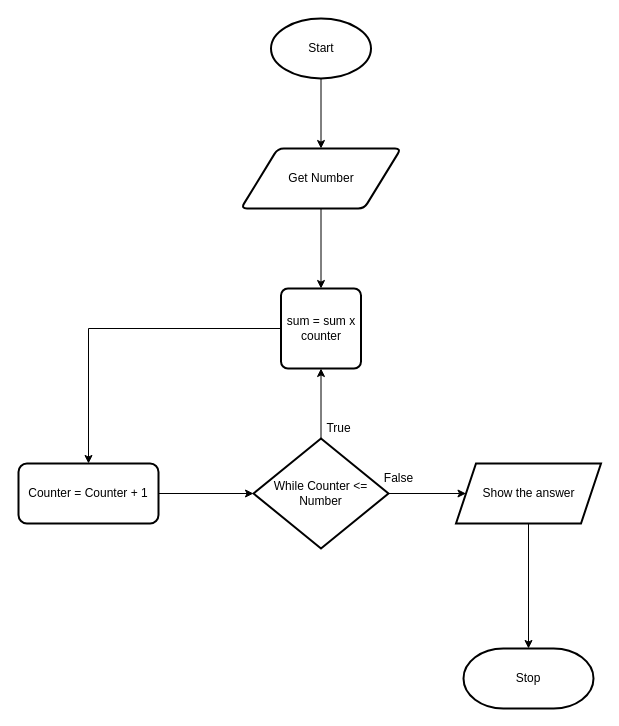
The draw.io diagram flowchart.drawio in Ethan-Prieur1/ICS3U-Unit4-02-Python, before the edit. Source tidied: cells renumbered, new cells numbered last; positions are measured from the earlier drawing's top-left corner, leaving out a move shared by most shapes. Both pictures are drawn from the tidied source at 100%, with x=0, y=0 at pixel (18, 18).
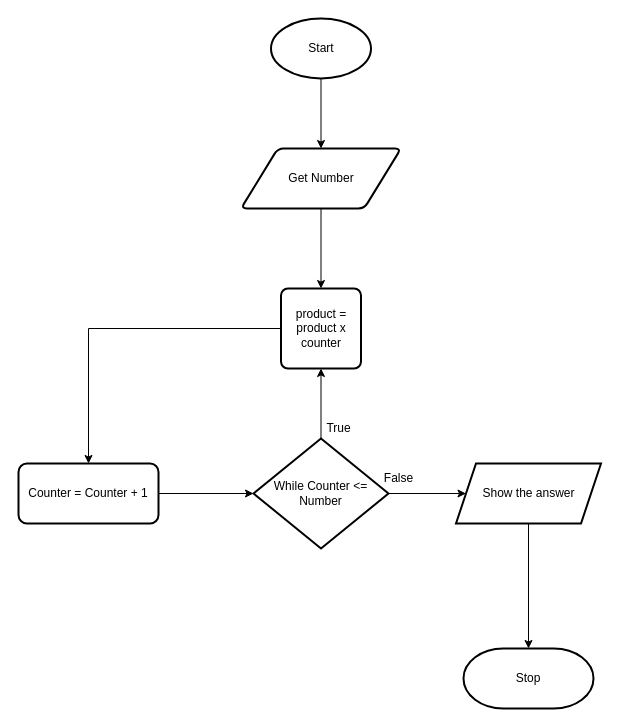
The same page after the edit.

Change to the diagram source:
```diff
@@
 <mxGraphModel>
   <root>
     <mxCell id="0" />
     <mxCell id="1" parent="0" />
     <mxCell id="2" style="edgeStyle=orthogonalEdgeStyle;rounded=0;html=1;" parent="1" edge="1" source="3" target="5">
       <mxGeometry relative="1" as="geometry" />
     </mxCell>
     <mxCell id="3" value="Start" style="strokeWidth=2;html=1;shape=mxgraph.flowchart.start_1;whiteSpace=wrap;" parent="1" vertex="1">
       <mxGeometry x="252.5" width="100" height="60" as="geometry" />
     </mxCell>
     <mxCell id="4" style="edgeStyle=orthogonalEdgeStyle;rounded=0;html=1;entryX=0.5;entryY=0;entryDx=0;entryDy=0;" parent="1" edge="1" source="5" target="10">
       <mxGeometry relative="1" as="geometry" />
     </mxCell>
     <mxCell id="5" value="Get Number" style="shape=parallelogram;html=1;strokeWidth=2;perimeter=parallelogramPerimeter;whiteSpace=wrap;rounded=1;arcSize=12;size=0.23;" parent="1" vertex="1">
       <mxGeometry x="222.5" y="130" width="160" height="60" as="geometry" />
     </mxCell>
     <mxCell id="6" style="edgeStyle=orthogonalEdgeStyle;rounded=0;html=1;entryX=0;entryY=0.5;entryDx=0;entryDy=0;" parent="1" edge="1" source="8" target="14">
       <mxGeometry relative="1" as="geometry" />
     </mxCell>
     <mxCell id="7" style="edgeStyle=orthogonalEdgeStyle;rounded=0;html=1;" parent="1" edge="1" source="8" target="10">
       <mxGeometry relative="1" as="geometry" />
     </mxCell>
     <mxCell id="8" value="While Counter &amp;lt;= Number" style="strokeWidth=2;html=1;shape=mxgraph.flowchart.decision;whiteSpace=wrap;" parent="1" vertex="1">
       <mxGeometry x="235" y="420" width="135" height="110" as="geometry" />
     </mxCell>
     <mxCell id="9" style="edgeStyle=orthogonalEdgeStyle;html=1;rounded=0;" parent="1" edge="1" source="10" target="12">
       <mxGeometry relative="1" as="geometry" />
     </mxCell>
-    <mxCell id="10" value="sum = sum x counter" style="rounded=1;whiteSpace=wrap;html=1;absoluteArcSize=1;arcSize=14;strokeWidth=2;" parent="1" vertex="1">
+    <mxCell id="10" value="product = product x counter" style="rounded=1;whiteSpace=wrap;html=1;absoluteArcSize=1;arcSize=14;strokeWidth=2;" parent="1" vertex="1">
       <mxGeometry x="262.5" y="270" width="80" height="80" as="geometry" />
     </mxCell>
     <mxCell id="11" style="rounded=0;html=1;exitX=1;exitY=0.5;exitDx=0;exitDy=0;entryX=0;entryY=0.5;entryDx=0;entryDy=0;entryPerimeter=0;" parent="1" edge="1" source="12" target="8">
       <mxGeometry relative="1" as="geometry" />
     </mxCell>
     <mxCell id="12" value="Counter = Counter + 1" style="whiteSpace=wrap;html=1;rounded=1;arcSize=14;strokeWidth=2;" parent="1" vertex="1">
       <mxGeometry y="445" width="140" height="60" as="geometry" />
     </mxCell>
     <mxCell id="13" style="edgeStyle=orthogonalEdgeStyle;rounded=0;html=1;" parent="1" edge="1" source="14" target="15">
       <mxGeometry relative="1" as="geometry" />
     </mxCell>
     <mxCell id="14" value="Show the answer" style="shape=parallelogram;perimeter=parallelogramPerimeter;whiteSpace=wrap;html=1;fixedSize=1;strokeWidth=2;" parent="1" vertex="1">
       <mxGeometry x="437.5" y="445" width="145" height="60" as="geometry" />
     </mxCell>
     <mxCell id="15" value="Stop" style="strokeWidth=2;html=1;shape=mxgraph.flowchart.terminator;whiteSpace=wrap;" parent="1" vertex="1">
       <mxGeometry x="445" y="630" width="130" height="60" as="geometry" />
     </mxCell>
     <mxCell id="16" value="True" style="text;html=1;align=center;verticalAlign=middle;strokeColor=none;fillColor=none;" parent="1" vertex="1">
       <mxGeometry x="300" y="400" width="40" height="20" as="geometry" />
     </mxCell>
     <mxCell id="17" value="False" style="text;html=1;align=center;verticalAlign=middle;strokeColor=none;fillColor=none;" parent="1" vertex="1">
       <mxGeometry x="355" y="450" width="50" height="20" as="geometry" />
     </mxCell>
   </root>
 </mxGraphModel>
```
